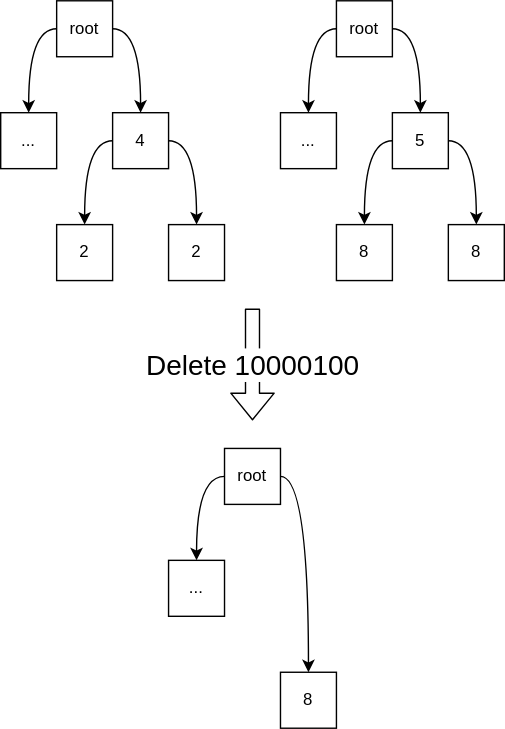
This is assets/eip-3102/sibling.svg from ethereum/EIPs, a draw.io export, as it was before one commit. Source tidied: cells renumbered, new cells last; positions are measured from the earlier drawing's top-left corner, leaving out a move shared by most shapes. The source it was exported from:
```xml
<mxGraphModel>
  <root>
    <mxCell id="0" />
    <mxCell id="1" parent="0" />
    <mxCell id="2" style="edgeStyle=orthogonalEdgeStyle;jettySize=auto;html=1;entryX=0.5;entryY=0;entryDx=0;entryDy=0;curved=1;exitX=1;exitY=0.5;exitDx=0;exitDy=0;" parent="1" edge="1" source="4" target="8">
      <mxGeometry relative="1" as="geometry" />
    </mxCell>
    <mxCell id="3" style="edgeStyle=orthogonalEdgeStyle;curved=1;jettySize=auto;html=1;exitX=0;exitY=0.5;exitDx=0;exitDy=0;entryX=0.5;entryY=0;entryDx=0;entryDy=0;" parent="1" edge="1" source="4" target="5">
      <mxGeometry relative="1" as="geometry" />
    </mxCell>
    <mxCell id="4" value="root" style="rounded=0;whiteSpace=wrap;html=1;" parent="1" vertex="1">
      <mxGeometry x="40" width="40" height="40" as="geometry" />
    </mxCell>
    <mxCell id="5" value="..." style="rounded=0;whiteSpace=wrap;html=1;" parent="1" vertex="1">
      <mxGeometry y="80" width="40" height="40" as="geometry" />
    </mxCell>
    <mxCell id="6" style="edgeStyle=orthogonalEdgeStyle;curved=1;jettySize=auto;html=1;exitX=1;exitY=0.5;exitDx=0;exitDy=0;entryX=0.5;entryY=0;entryDx=0;entryDy=0;" parent="1" edge="1" source="8" target="10">
      <mxGeometry relative="1" as="geometry" />
    </mxCell>
    <mxCell id="7" style="edgeStyle=orthogonalEdgeStyle;curved=1;jettySize=auto;html=1;exitX=0;exitY=0.5;exitDx=0;exitDy=0;entryX=0.5;entryY=0;entryDx=0;entryDy=0;" parent="1" edge="1" source="8" target="9">
      <mxGeometry relative="1" as="geometry" />
    </mxCell>
    <mxCell id="8" value="4" style="rounded=0;whiteSpace=wrap;html=1;" parent="1" vertex="1">
      <mxGeometry x="80" y="80" width="40" height="40" as="geometry" />
    </mxCell>
    <mxCell id="9" value="2" style="rounded=0;whiteSpace=wrap;html=1;" parent="1" vertex="1">
      <mxGeometry x="40" y="160" width="40" height="40" as="geometry" />
    </mxCell>
    <mxCell id="10" value="2" style="rounded=0;whiteSpace=wrap;html=1;" parent="1" vertex="1">
      <mxGeometry x="120" y="160" width="40" height="40" as="geometry" />
    </mxCell>
    <mxCell id="11" style="edgeStyle=orthogonalEdgeStyle;jettySize=auto;html=1;entryX=0.5;entryY=0;entryDx=0;entryDy=0;curved=1;exitX=1;exitY=0.5;exitDx=0;exitDy=0;" parent="1" edge="1" source="13" target="17">
      <mxGeometry relative="1" as="geometry" />
    </mxCell>
    <mxCell id="12" style="edgeStyle=orthogonalEdgeStyle;curved=1;jettySize=auto;html=1;exitX=0;exitY=0.5;exitDx=0;exitDy=0;entryX=0.5;entryY=0;entryDx=0;entryDy=0;" parent="1" edge="1" source="13" target="14">
      <mxGeometry relative="1" as="geometry" />
    </mxCell>
    <mxCell id="13" value="root" style="rounded=0;whiteSpace=wrap;html=1;" parent="1" vertex="1">
      <mxGeometry x="240" width="40" height="40" as="geometry" />
    </mxCell>
    <mxCell id="14" value="..." style="rounded=0;whiteSpace=wrap;html=1;" parent="1" vertex="1">
      <mxGeometry x="200" y="80" width="40" height="40" as="geometry" />
    </mxCell>
    <mxCell id="15" style="edgeStyle=orthogonalEdgeStyle;curved=1;jettySize=auto;html=1;exitX=1;exitY=0.5;exitDx=0;exitDy=0;entryX=0.5;entryY=0;entryDx=0;entryDy=0;" parent="1" edge="1" source="17" target="19">
      <mxGeometry relative="1" as="geometry" />
    </mxCell>
    <mxCell id="16" style="edgeStyle=orthogonalEdgeStyle;curved=1;jettySize=auto;html=1;exitX=0;exitY=0.5;exitDx=0;exitDy=0;entryX=0.5;entryY=0;entryDx=0;entryDy=0;" parent="1" edge="1" source="17" target="18">
      <mxGeometry relative="1" as="geometry" />
    </mxCell>
    <mxCell id="17" value="5" style="rounded=0;whiteSpace=wrap;html=1;" parent="1" vertex="1">
      <mxGeometry x="280" y="80" width="40" height="40" as="geometry" />
    </mxCell>
    <mxCell id="18" value="8" style="rounded=0;whiteSpace=wrap;html=1;" parent="1" vertex="1">
      <mxGeometry x="240" y="160" width="40" height="40" as="geometry" />
    </mxCell>
    <mxCell id="19" value="8" style="rounded=0;whiteSpace=wrap;html=1;" parent="1" vertex="1">
      <mxGeometry x="320" y="160" width="40" height="40" as="geometry" />
    </mxCell>
    <mxCell id="20" style="edgeStyle=orthogonalEdgeStyle;jettySize=auto;html=1;entryX=0.5;entryY=0;entryDx=0;entryDy=0;curved=1;exitX=1;exitY=0.5;exitDx=0;exitDy=0;" parent="1" edge="1" source="22" target="24">
      <mxGeometry relative="1" as="geometry" />
    </mxCell>
    <mxCell id="21" style="edgeStyle=orthogonalEdgeStyle;curved=1;jettySize=auto;html=1;exitX=0;exitY=0.5;exitDx=0;exitDy=0;entryX=0.5;entryY=0;entryDx=0;entryDy=0;" parent="1" edge="1" source="22" target="23">
      <mxGeometry relative="1" as="geometry" />
    </mxCell>
    <mxCell id="22" value="root" style="rounded=0;whiteSpace=wrap;html=1;" parent="1" vertex="1">
      <mxGeometry x="160" y="320" width="40" height="40" as="geometry" />
    </mxCell>
    <mxCell id="23" value="..." style="rounded=0;whiteSpace=wrap;html=1;" parent="1" vertex="1">
      <mxGeometry x="120" y="400" width="40" height="40" as="geometry" />
    </mxCell>
    <mxCell id="24" value="8" style="rounded=0;whiteSpace=wrap;html=1;" parent="1" vertex="1">
      <mxGeometry x="200" y="480" width="40" height="40" as="geometry" />
    </mxCell>
    <mxCell id="25" value="&lt;font style=&quot;font-size: 20px&quot;&gt;Delete 10000100&lt;/font&gt;" style="shape=flexArrow;endArrow=classic;html=1;" parent="1" edge="1">
      <mxGeometry relative="1" as="geometry">
        <mxPoint x="180" y="220" as="sourcePoint" />
        <mxPoint x="180" y="300" as="targetPoint" />
      </mxGeometry>
    </mxCell>
  </root>
</mxGraphModel>
```
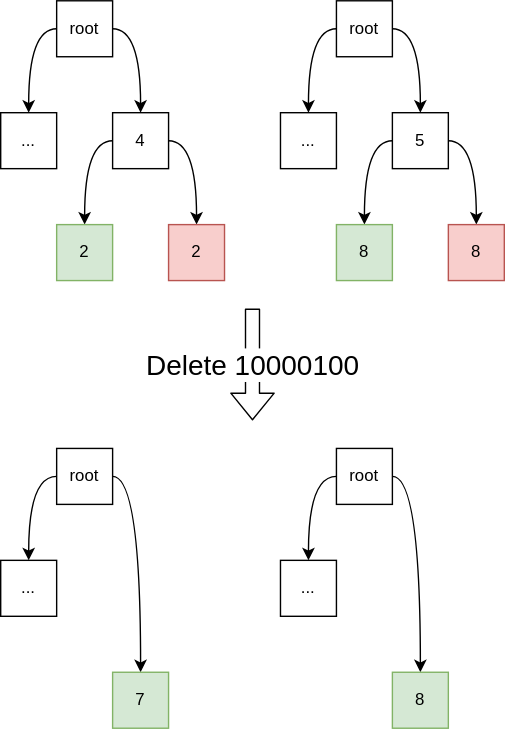
The same diagram one commit later.

Commit message:
fix figure comment

Change to the diagram source:
```diff
@@ -23,10 +23,10 @@
     <mxCell id="8" value="4" style="rounded=0;whiteSpace=wrap;html=1;" parent="1" vertex="1">
       <mxGeometry x="80" y="80" width="40" height="40" as="geometry" />
     </mxCell>
-    <mxCell id="9" value="2" style="rounded=0;whiteSpace=wrap;html=1;" parent="1" vertex="1">
+    <mxCell id="9" value="2" style="rounded=0;whiteSpace=wrap;html=1;fillColor=#d5e8d4;strokeColor=#82b366;" parent="1" vertex="1">
       <mxGeometry x="40" y="160" width="40" height="40" as="geometry" />
     </mxCell>
-    <mxCell id="10" value="2" style="rounded=0;whiteSpace=wrap;html=1;" parent="1" vertex="1">
+    <mxCell id="10" value="2" style="rounded=0;whiteSpace=wrap;html=1;fillColor=#f8cecc;strokeColor=#b85450;" parent="1" vertex="1">
       <mxGeometry x="120" y="160" width="40" height="40" as="geometry" />
     </mxCell>
     <mxCell id="11" style="edgeStyle=orthogonalEdgeStyle;jettySize=auto;html=1;entryX=0.5;entryY=0;entryDx=0;entryDy=0;curved=1;exitX=1;exitY=0.5;exitDx=0;exitDy=0;" parent="1" edge="1" source="13" target="17">
@@ -50,10 +50,10 @@
     <mxCell id="17" value="5" style="rounded=0;whiteSpace=wrap;html=1;" parent="1" vertex="1">
       <mxGeometry x="280" y="80" width="40" height="40" as="geometry" />
     </mxCell>
-    <mxCell id="18" value="8" style="rounded=0;whiteSpace=wrap;html=1;" parent="1" vertex="1">
+    <mxCell id="18" value="8" style="rounded=0;whiteSpace=wrap;html=1;fillColor=#d5e8d4;strokeColor=#82b366;" parent="1" vertex="1">
       <mxGeometry x="240" y="160" width="40" height="40" as="geometry" />
     </mxCell>
-    <mxCell id="19" value="8" style="rounded=0;whiteSpace=wrap;html=1;" parent="1" vertex="1">
+    <mxCell id="19" value="8" style="rounded=0;whiteSpace=wrap;html=1;fillColor=#f8cecc;strokeColor=#b85450;" parent="1" vertex="1">
       <mxGeometry x="320" y="160" width="40" height="40" as="geometry" />
     </mxCell>
     <mxCell id="20" style="edgeStyle=orthogonalEdgeStyle;jettySize=auto;html=1;entryX=0.5;entryY=0;entryDx=0;entryDy=0;curved=1;exitX=1;exitY=0.5;exitDx=0;exitDy=0;" parent="1" edge="1" source="22" target="24">
@@ -63,13 +63,13 @@
       <mxGeometry relative="1" as="geometry" />
     </mxCell>
     <mxCell id="22" value="root" style="rounded=0;whiteSpace=wrap;html=1;" parent="1" vertex="1">
-      <mxGeometry x="160" y="320" width="40" height="40" as="geometry" />
+      <mxGeometry x="240" y="320" width="40" height="40" as="geometry" />
     </mxCell>
     <mxCell id="23" value="..." style="rounded=0;whiteSpace=wrap;html=1;" parent="1" vertex="1">
-      <mxGeometry x="120" y="400" width="40" height="40" as="geometry" />
+      <mxGeometry x="200" y="400" width="40" height="40" as="geometry" />
     </mxCell>
-    <mxCell id="24" value="8" style="rounded=0;whiteSpace=wrap;html=1;" parent="1" vertex="1">
-      <mxGeometry x="200" y="480" width="40" height="40" as="geometry" />
+    <mxCell id="24" value="8" style="rounded=0;whiteSpace=wrap;html=1;fillColor=#d5e8d4;strokeColor=#82b366;" parent="1" vertex="1">
+      <mxGeometry x="280" y="480" width="40" height="40" as="geometry" />
     </mxCell>
     <mxCell id="25" value="&lt;font style=&quot;font-size: 20px&quot;&gt;Delete 10000100&lt;/font&gt;" style="shape=flexArrow;endArrow=classic;html=1;" parent="1" edge="1">
       <mxGeometry relative="1" as="geometry">
@@ -77,5 +77,20 @@
         <mxPoint x="180" y="300" as="targetPoint" />
       </mxGeometry>
     </mxCell>
+    <mxCell id="26" style="edgeStyle=orthogonalEdgeStyle;jettySize=auto;html=1;entryX=0.5;entryY=0;entryDx=0;entryDy=0;curved=1;exitX=1;exitY=0.5;exitDx=0;exitDy=0;" parent="1" edge="1" source="28" target="30">
+      <mxGeometry relative="1" as="geometry" />
+    </mxCell>
+    <mxCell id="27" style="edgeStyle=orthogonalEdgeStyle;curved=1;jettySize=auto;html=1;exitX=0;exitY=0.5;exitDx=0;exitDy=0;entryX=0.5;entryY=0;entryDx=0;entryDy=0;" parent="1" edge="1" source="28" target="29">
+      <mxGeometry relative="1" as="geometry" />
+    </mxCell>
+    <mxCell id="28" value="root" style="rounded=0;whiteSpace=wrap;html=1;" parent="1" vertex="1">
+      <mxGeometry x="40" y="320" width="40" height="40" as="geometry" />
+    </mxCell>
+    <mxCell id="29" value="..." style="rounded=0;whiteSpace=wrap;html=1;" parent="1" vertex="1">
+      <mxGeometry y="400" width="40" height="40" as="geometry" />
+    </mxCell>
+    <mxCell id="30" value="7" style="rounded=0;whiteSpace=wrap;html=1;fillColor=#d5e8d4;strokeColor=#82b366;" parent="1" vertex="1">
+      <mxGeometry x="80" y="480" width="40" height="40" as="geometry" />
+    </mxCell>
   </root>
 </mxGraphModel>
```
